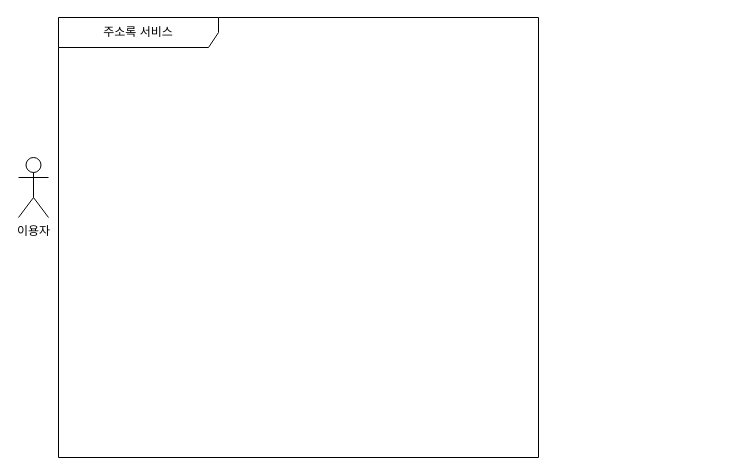
The draw.io diagram Diagram/Untitled Diagram.drawio in kimocean/devjava220415, before the edit. Source tidied: cells renumbered, new cells numbered last; positions are measured from the earlier drawing's top-left corner, leaving out a move shared by most shapes. Both pictures are drawn from the tidied source at 100%, with x=0, y=0 at pixel (18, 17).
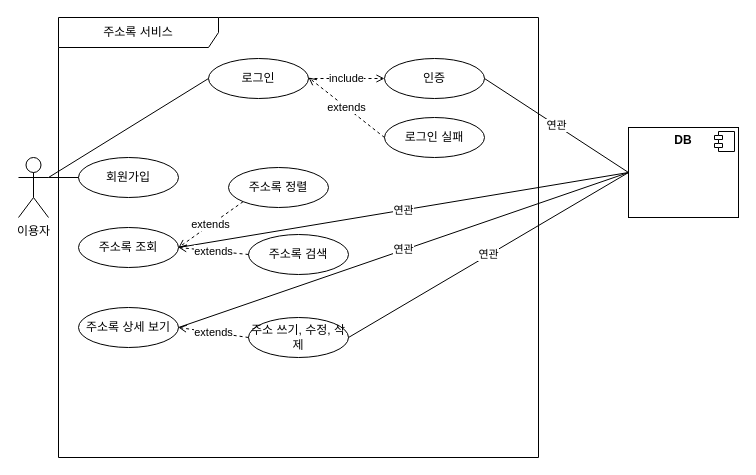
The same page after the edit.

The change refers to these unchanged cells:
```xml
<mxCell id="2" value="이용자" style="shape=umlActor;verticalLabelPosition=bottom;verticalAlign=top;html=1;" parent="1" vertex="1">
  <mxGeometry y="140" width="30" height="60" as="geometry" />
</mxCell>
```

The edit, as a diff of the source:
```diff
@@
+    <mxCell id="4" value="회원가입" style="ellipse;whiteSpace=wrap;html=1;" parent="1" vertex="1">
+      <mxGeometry x="60" y="140" width="100" height="40" as="geometry" />
+    </mxCell>
+    <mxCell id="5" value="로그인" style="ellipse;whiteSpace=wrap;html=1;" parent="1" vertex="1">
+      <mxGeometry x="190" y="41" width="100" height="40" as="geometry" />
+    </mxCell>
+    <mxCell id="6" value="인증" style="ellipse;whiteSpace=wrap;html=1;" parent="1" vertex="1">
+      <mxGeometry x="366" y="41" width="100" height="40" as="geometry" />
+    </mxCell>
+    <mxCell id="7" value="로그인 실패" style="ellipse;whiteSpace=wrap;html=1;" parent="1" vertex="1">
+      <mxGeometry x="366" y="100" width="100" height="40" as="geometry" />
+    </mxCell>
+    <mxCell id="8" style="endArrow=none;html=1;rounded=0;exitX=1;exitY=0.3333333333333333;exitDx=0;exitDy=0;entryX=0;entryY=0.5;entryDx=0;entryDy=0;exitPerimeter=0;" parent="1" edge="1" source="2" target="5">
+      <mxGeometry relative="1" as="geometry" />
+    </mxCell>
+    <mxCell id="9" style="endArrow=none;html=1;rounded=0;entryX=1;entryY=0.3333333333333333;entryDx=0;entryDy=0;entryPerimeter=0;exitX=0;exitY=0.5;exitDx=0;exitDy=0;" parent="1" edge="1" source="4" target="2">
+      <mxGeometry relative="1" as="geometry" />
+    </mxCell>
+    <mxCell id="10" value="주소록 조회" style="ellipse;whiteSpace=wrap;html=1;" parent="1" vertex="1">
+      <mxGeometry x="60" y="210" width="100" height="40" as="geometry" />
+    </mxCell>
+    <mxCell id="11" value="주소록 상세 보기" style="ellipse;whiteSpace=wrap;html=1;" parent="1" vertex="1">
+      <mxGeometry x="60" y="290" width="100" height="40" as="geometry" />
+    </mxCell>
+    <mxCell id="12" value="&lt;p style=&quot;margin:0px;margin-top:6px;text-align:center;&quot;&gt;&lt;b&gt;DB&lt;/b&gt;&lt;/p&gt;" style="align=left;overflow=fill;html=1;" parent="1" vertex="1">
+      <mxGeometry x="610" y="110" width="110" height="90" as="geometry" />
+    </mxCell>
+    <mxCell id="13" style="shape=component;jettyWidth=8;jettyHeight=4;" parent="12" vertex="1">
+      <mxGeometry x="1" width="20" height="20" relative="1" as="geometry">
+        <mxPoint x="-24" y="4" as="offset" />
+      </mxGeometry>
+    </mxCell>
+    <mxCell id="14" value="연관" style="endArrow=none;html=1;rounded=0;entryX=0;entryY=0.5;entryDx=0;entryDy=0;exitX=1;exitY=0.5;exitDx=0;exitDy=0;" parent="1" edge="1" source="6" target="12">
+      <mxGeometry relative="1" as="geometry" />
+    </mxCell>
+    <mxCell id="15" value="연관" style="endArrow=none;html=1;rounded=0;exitX=1;exitY=0.5;exitDx=0;exitDy=0;entryX=0;entryY=0.5;entryDx=0;entryDy=0;" parent="1" edge="1" source="10" target="12">
+      <mxGeometry relative="1" as="geometry" />
+    </mxCell>
+    <mxCell id="16" value="연관" style="endArrow=none;html=1;rounded=0;exitX=1;exitY=0.5;exitDx=0;exitDy=0;entryX=0;entryY=0.5;entryDx=0;entryDy=0;" parent="1" edge="1" source="11" target="12">
+      <mxGeometry relative="1" as="geometry" />
+    </mxCell>
+    <mxCell id="17" value="include" style="endArrow=open;dashed=1;html=1;rounded=0;exitX=1;exitY=0.5;exitDx=0;exitDy=0;endFill=0;" parent="1" edge="1" source="5" target="6">
+      <mxGeometry relative="1" as="geometry" />
+    </mxCell>
+    <mxCell id="18" value="extends" style="endArrow=open;dashed=1;html=1;rounded=0;exitX=0;exitY=0.5;exitDx=0;exitDy=0;endFill=0;" parent="1" edge="1" source="7">
+      <mxGeometry relative="1" as="geometry">
+        <mxPoint x="290" y="60" as="targetPoint" />
+      </mxGeometry>
+    </mxCell>
+    <mxCell id="19" value="주소록 정렬" style="ellipse;whiteSpace=wrap;html=1;" parent="1" vertex="1">
+      <mxGeometry x="210" y="150" width="100" height="40" as="geometry" />
+    </mxCell>
+    <mxCell id="20" value="extends" style="endArrow=open;dashed=1;html=1;rounded=0;entryX=1;entryY=0.5;entryDx=0;entryDy=0;endFill=0;exitX=0;exitY=1;exitDx=0;exitDy=0;" parent="1" edge="1" source="19" target="10">
+      <mxGeometry relative="1" as="geometry" />
+    </mxCell>
+    <mxCell id="21" value="주소록 검색" style="ellipse;whiteSpace=wrap;html=1;" parent="1" vertex="1">
+      <mxGeometry x="230" y="217" width="100" height="40" as="geometry" />
+    </mxCell>
+    <mxCell id="22" value="extends" style="endArrow=open;dashed=1;html=1;rounded=0;exitX=0;exitY=0.5;exitDx=0;exitDy=0;endFill=0;entryX=1;entryY=0.5;entryDx=0;entryDy=0;" parent="1" edge="1" source="21" target="10">
+      <mxGeometry relative="1" as="geometry" />
+    </mxCell>
+    <mxCell id="23" value="주소 쓰기, 수정, 삭제" style="ellipse;whiteSpace=wrap;html=1;" parent="1" vertex="1">
+      <mxGeometry x="230" y="300" width="100" height="40" as="geometry" />
+    </mxCell>
+    <mxCell id="24" value="extends" style="endArrow=open;dashed=1;html=1;rounded=0;endFill=0;entryX=1;entryY=0.5;entryDx=0;entryDy=0;exitX=0;exitY=0.5;exitDx=0;exitDy=0;" parent="1" edge="1" source="23" target="11">
+      <mxGeometry relative="1" as="geometry" />
+    </mxCell>
+    <mxCell id="25" value="연관" style="endArrow=none;html=1;rounded=0;entryX=0;entryY=0.5;entryDx=0;entryDy=0;exitX=1;exitY=0.5;exitDx=0;exitDy=0;" parent="1" edge="1" source="23" target="12">
+      <mxGeometry relative="1" as="geometry" />
+    </mxCell>
```
